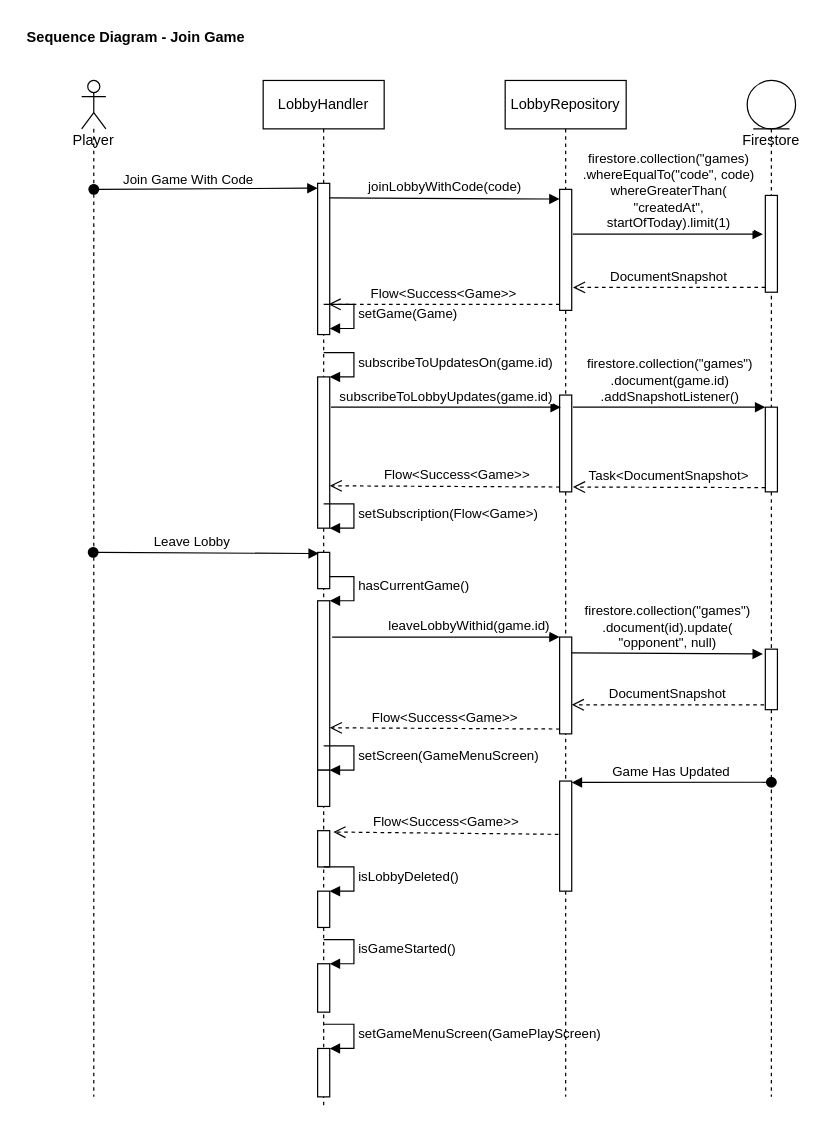
gullskatten/BPMN-models keeps this draw.io diagram as page "Join Game" (2 of 4) of beardblaster_lobby_sequence.drawio. Above is the earlier version. Source tidied: cells renumbered, new cells numbered last; positions are measured from the earlier drawing's top-left corner, leaving out a move shared by most shapes. Both pictures are drawn from the tidied source at 121%, with x=0, y=0 at pixel (21, 21).
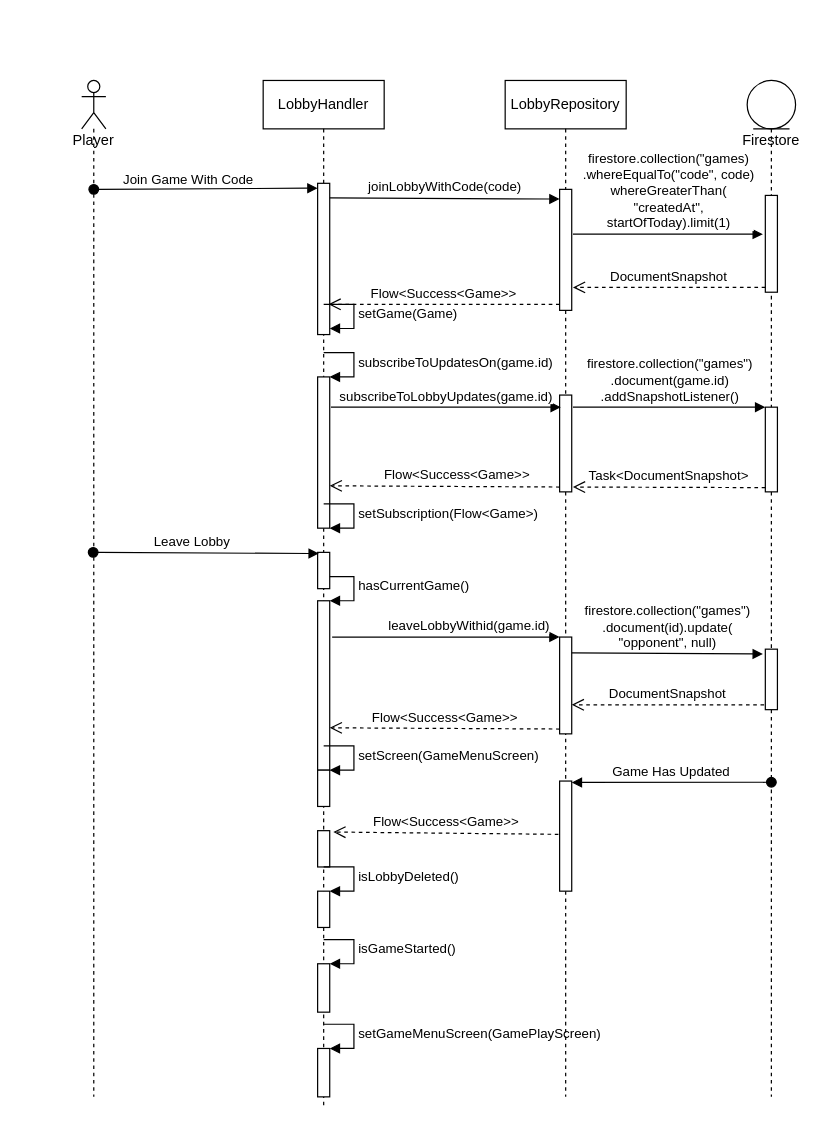
The same page after the edit.

Diff of the diagram source:
```diff
@@
-    <mxCell id="2" value="Sequence Diagram - Join Game" style="text;align=left;fontStyle=1;verticalAlign=middle;spacingLeft=3;spacingRight=3;strokeColor=none;" parent="1" vertex="1">
-      <mxGeometry width="230" height="26" as="geometry" />
-    </mxCell>
```
